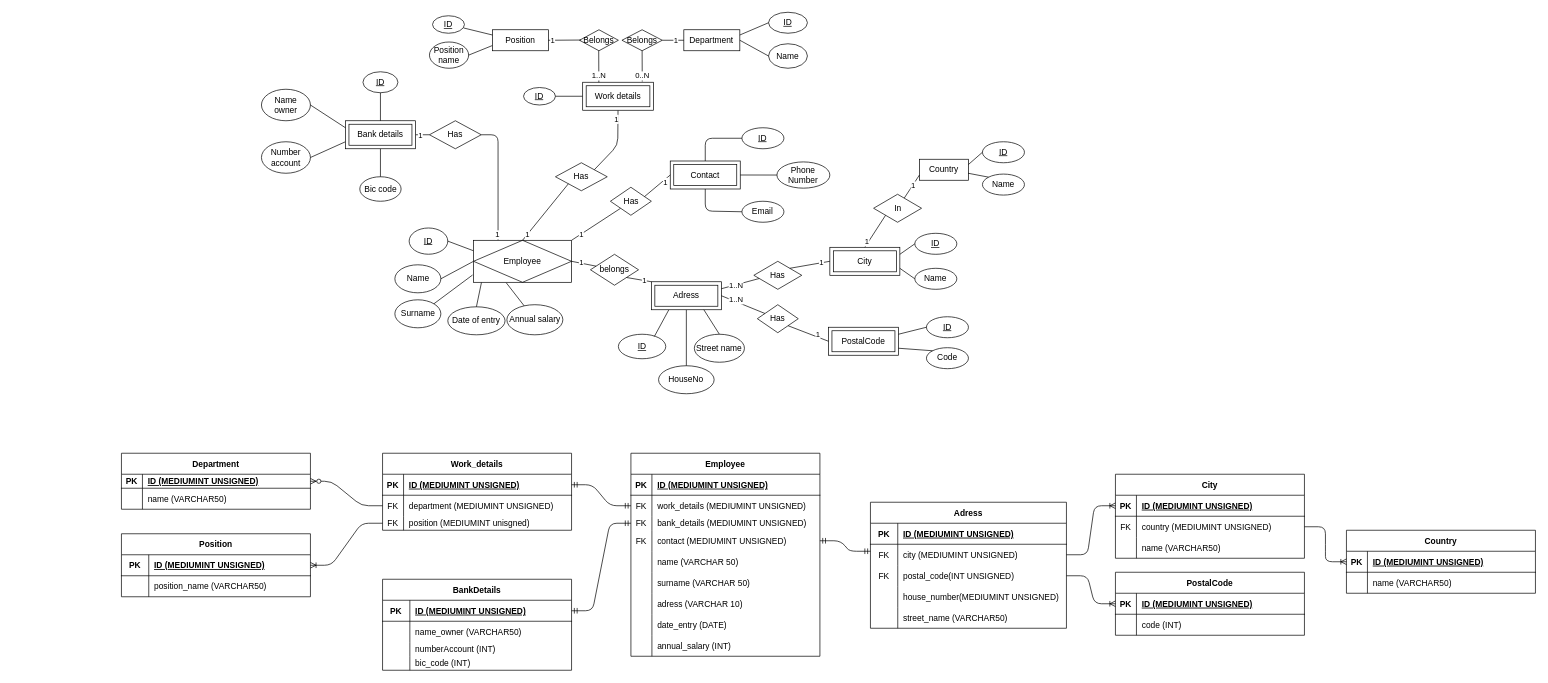
AntoineD74/Database-project keeps this draw.io diagram as Scheme_database.drawio. Above is the earlier version. Source tidied: cells renumbered, new cells numbered last; positions are measured from the earlier drawing's top-left corner, leaving out a move shared by most shapes. Both pictures are drawn from the tidied source at 70%, with x=0, y=0 at pixel (121, 12).
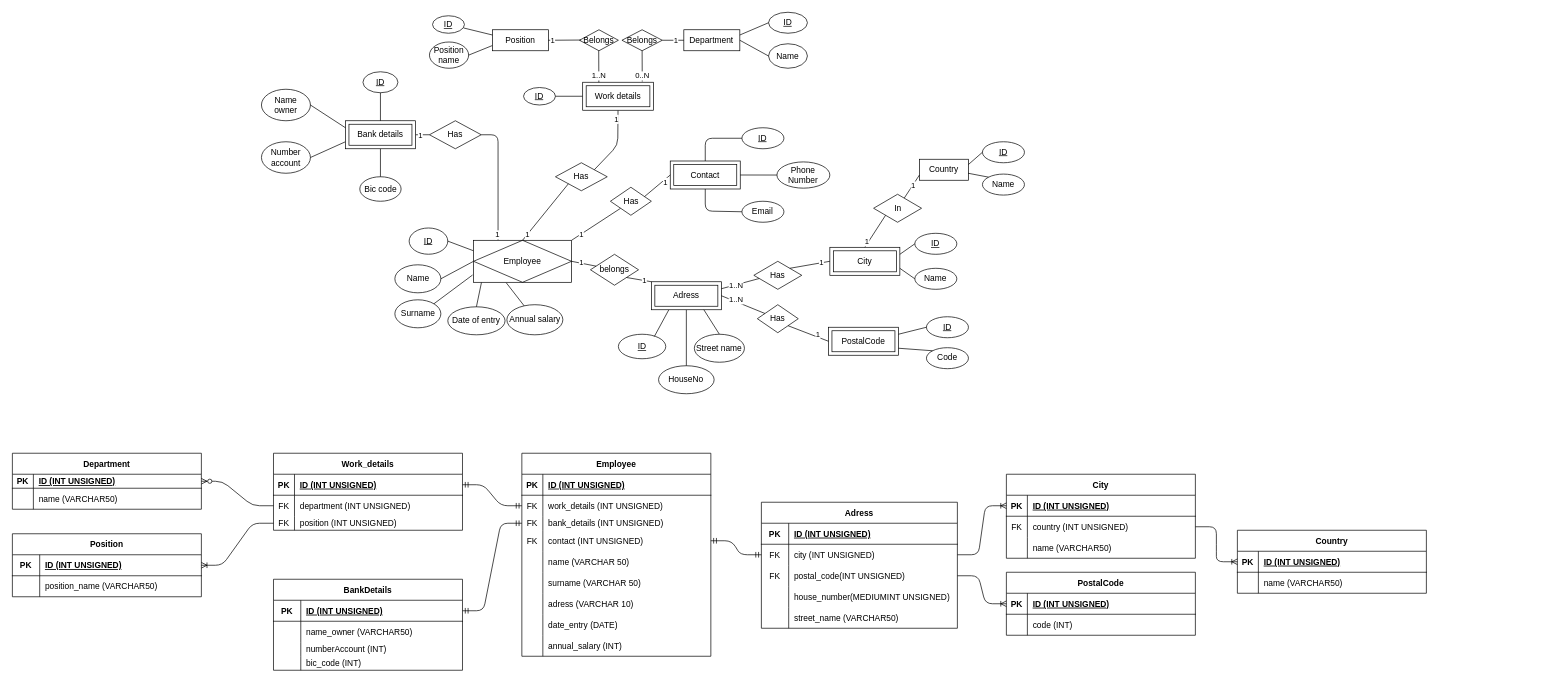
Above is the later version.

The change refers to these unchanged cells:
```xml
<mxCell id="43" style="shape=partialRectangle;fillColor=none;top=0;left=0;bottom=1;right=0;" parent="42" vertex="1">
  <mxGeometry y="30" width="270" height="30" as="geometry" />
</mxCell>
<mxCell id="46" style="shape=partialRectangle;fillColor=none;top=0;left=0;bottom=0;right=0;points=[[0,0.5],[1,0.5]];portConstraint=eastwest;" parent="42" vertex="1">
  <mxGeometry y="60" width="270" height="30" as="geometry" />
</mxCell>
<mxCell id="49" style="shape=partialRectangle;fillColor=none;top=0;left=0;bottom=0;right=0;points=[[0,0.5],[1,0.5]];portConstraint=eastwest;" parent="42" vertex="1">
  <mxGeometry y="90" width="270" height="20" as="geometry" />
</mxCell>
<mxCell id="52" style="shape=partialRectangle;fillColor=none;top=0;left=0;bottom=0;right=0;points=[[0,0.5],[1,0.5]];portConstraint=eastwest;" parent="42" vertex="1">
  <mxGeometry y="110" width="270" height="30" as="geometry" />
</mxCell>
<mxCell id="71" style="shape=partialRectangle;fillColor=none;top=0;left=0;bottom=1;right=0;points=[[0,0.5],[1,0.5]];portConstraint=eastwest;" parent="70" vertex="1">
  <mxGeometry y="30" width="270" height="30" as="geometry" />
</mxCell>
<mxCell id="74" style="shape=partialRectangle;fillColor=none;top=0;left=0;bottom=0;right=0;points=[[0,0.5],[1,0.5]];portConstraint=eastwest;" parent="70" vertex="1">
  <mxGeometry y="60" width="270" height="30" as="geometry" />
</mxCell>
<mxCell id="81" style="shape=partialRectangle;fillColor=none;top=0;left=0;bottom=1;right=0;points=[[0,0.5],[1,0.5]];portConstraint=eastwest;" parent="80" vertex="1">
  <mxGeometry y="30" width="270" height="30" as="geometry" />
</mxCell>
<mxCell id="88" style="shape=partialRectangle;fillColor=none;top=0;left=0;bottom=1;right=0;points=[[0,0.5],[1,0.5]];portConstraint=eastwest;" parent="87" vertex="1">
  <mxGeometry y="30" width="270" height="30" as="geometry" />
</mxCell>
<mxCell id="91" style="shape=partialRectangle;fillColor=none;top=0;left=0;bottom=0;right=0;points=[[0,0.5],[1,0.5]];portConstraint=eastwest;" parent="87" vertex="1">
  <mxGeometry y="60" width="270" height="30" as="geometry" />
</mxCell>
<mxCell id="94" style="shape=partialRectangle;fillColor=none;top=0;left=0;bottom=0;right=0;points=[[0,0.5],[1,0.5]];portConstraint=eastwest;" parent="87" vertex="1">
  <mxGeometry y="90" width="270" height="20" as="geometry" />
</mxCell>
<mxCell id="98" style="shape=partialRectangle;fillColor=none;top=0;left=0;bottom=1;right=0;points=[[0,0.5],[1,0.5]];portConstraint=eastwest;" parent="97" vertex="1">
  <mxGeometry y="30" width="270" height="20" as="geometry" />
</mxCell>
<mxCell id="105" style="shape=partialRectangle;fillColor=none;top=0;left=0;bottom=1;right=0;points=[[0,0.5],[1,0.5]];portConstraint=eastwest;" parent="104" vertex="1">
  <mxGeometry y="30" width="270" height="30" as="geometry" />
</mxCell>
<mxCell id="191" style="shape=partialRectangle;fillColor=none;top=0;left=0;bottom=1;right=0;points=[[0,0.5],[1,0.5]];portConstraint=eastwest;" parent="190" vertex="1">
  <mxGeometry y="30" width="270" height="30" as="geometry" />
</mxCell>
<mxCell id="199" style="shape=partialRectangle;fillColor=none;top=0;left=0;bottom=1;right=0;points=[[0,0.5],[1,0.5]];portConstraint=eastwest;" parent="198" vertex="1">
  <mxGeometry y="30" width="270" height="30" as="geometry" />
</mxCell>
<mxCell id="208" style="shape=partialRectangle;fillColor=none;top=0;left=0;bottom=1;right=0;" parent="207" vertex="1">
  <mxGeometry y="30" width="280" height="30" as="geometry" />
</mxCell>
<mxCell id="211" style="shape=partialRectangle;fillColor=none;top=0;left=0;bottom=0;right=0;points=[[0,0.5],[1,0.5]];portConstraint=eastwest;" parent="207" vertex="1">
  <mxGeometry y="60" width="280" height="30" as="geometry" />
</mxCell>
```

What changed in the source:
```diff
@@
     <mxCell id="42" value="Employee" style="shape=table;startSize=30;childLayout=tableLayout;rowLines=0;fontStyle=1;align=center;" parent="1" vertex="1">
-      <mxGeometry x="727.8" y="630" width="270" height="290" as="geometry" />
+      <mxGeometry x="572" y="630" width="270" height="290" as="geometry" />
     </mxCell>
@@
-    <mxCell id="45" value="ID (MEDIUMINT UNSIGNED)" style="shape=partialRectangle;fillColor=none;top=0;left=0;bottom=0;right=0;align=left;spacingLeft=6;fontStyle=5;overflow=hidden;" parent="43" vertex="1">
+    <mxCell id="45" value="ID (INT UNSIGNED)" style="shape=partialRectangle;fillColor=none;top=0;left=0;bottom=0;right=0;align=left;spacingLeft=6;fontStyle=5;overflow=hidden;" parent="43" vertex="1">
       <mxGeometry x="30" width="240" height="30" as="geometry" />
     </mxCell>
@@
-    <mxCell id="48" value="work_details (MEDIUMINT UNSIGNED)" style="shape=partialRectangle;fillColor=none;top=0;left=0;bottom=0;right=0;align=left;spacingLeft=6;overflow=hidden;" parent="46" vertex="1">
+    <mxCell id="48" value="work_details (INT UNSIGNED)" style="shape=partialRectangle;fillColor=none;top=0;left=0;bottom=0;right=0;align=left;spacingLeft=6;overflow=hidden;" parent="46" vertex="1">
       <mxGeometry x="30" width="240" height="30" as="geometry" />
     </mxCell>
@@
-    <mxCell id="51" value="bank_details (MEDIUMINT UNSIGNED)" style="shape=partialRectangle;fillColor=none;top=0;left=0;bottom=0;right=0;align=left;spacingLeft=6;overflow=hidden;" parent="49" vertex="1">
+    <mxCell id="51" value="bank_details (INT UNSIGNED)" style="shape=partialRectangle;fillColor=none;top=0;left=0;bottom=0;right=0;align=left;spacingLeft=6;overflow=hidden;" parent="49" vertex="1">
       <mxGeometry x="30" width="240" height="20" as="geometry" />
     </mxCell>
@@
-    <mxCell id="54" value="contact (MEDIUMINT UNSIGNED)" style="shape=partialRectangle;fillColor=none;top=0;left=0;bottom=0;right=0;align=left;spacingLeft=6;overflow=hidden;" parent="52" vertex="1">
+    <mxCell id="54" value="contact (INT UNSIGNED)" style="shape=partialRectangle;fillColor=none;top=0;left=0;bottom=0;right=0;align=left;spacingLeft=6;overflow=hidden;" parent="52" vertex="1">
       <mxGeometry x="30" width="240" height="30" as="geometry" />
     </mxCell>
@@
     <mxCell id="70" value="City" style="shape=table;startSize=30;childLayout=tableLayout;rowLines=0;fontStyle=1;align=center;" parent="1" vertex="1">
-      <mxGeometry x="1420" y="660" width="270" height="120" as="geometry" />
+      <mxGeometry x="1264.2" y="660" width="270" height="120" as="geometry" />
     </mxCell>
@@
-    <mxCell id="73" value="ID (MEDIUMINT UNSIGNED)" style="shape=partialRectangle;fillColor=none;top=0;left=0;bottom=0;right=0;align=left;spacingLeft=6;fontStyle=5;overflow=hidden;" parent="71" vertex="1">
+    <mxCell id="73" value="ID (INT UNSIGNED)" style="shape=partialRectangle;fillColor=none;top=0;left=0;bottom=0;right=0;align=left;spacingLeft=6;fontStyle=5;overflow=hidden;" parent="71" vertex="1">
       <mxGeometry x="30" width="240" height="30" as="geometry" />
     </mxCell>
@@
-    <mxCell id="76" value="country (MEDIUMINT UNSIGNED)" style="shape=partialRectangle;fillColor=none;top=0;left=0;bottom=0;right=0;align=left;spacingLeft=6;overflow=hidden;" parent="74" vertex="1">
+    <mxCell id="76" value="country (INT UNSIGNED)" style="shape=partialRectangle;fillColor=none;top=0;left=0;bottom=0;right=0;align=left;spacingLeft=6;overflow=hidden;" parent="74" vertex="1">
       <mxGeometry x="30" width="240" height="30" as="geometry" />
     </mxCell>
@@
     <mxCell id="80" value="PostalCode" style="shape=table;startSize=30;childLayout=tableLayout;rowLines=0;fontStyle=1;align=center;" parent="1" vertex="1">
-      <mxGeometry x="1420" y="800" width="270" height="90" as="geometry" />
+      <mxGeometry x="1264.2" y="800" width="270" height="90" as="geometry" />
     </mxCell>
@@
-    <mxCell id="83" value="ID (MEDIUMINT UNSIGNED)" style="shape=partialRectangle;fillColor=none;top=0;left=0;bottom=0;right=0;align=left;spacingLeft=6;fontStyle=5;overflow=hidden;" parent="81" vertex="1">
+    <mxCell id="83" value="ID (INT UNSIGNED)" style="shape=partialRectangle;fillColor=none;top=0;left=0;bottom=0;right=0;align=left;spacingLeft=6;fontStyle=5;overflow=hidden;" parent="81" vertex="1">
       <mxGeometry x="30" width="240" height="30" as="geometry" />
     </mxCell>
@@
     <mxCell id="87" value="Work_details" style="shape=table;startSize=30;childLayout=tableLayout;rowLines=0;fontStyle=1;align=center;" parent="1" vertex="1">
-      <mxGeometry x="373" y="630" width="270" height="110" as="geometry" />
+      <mxGeometry x="217.2" y="630" width="270" height="110" as="geometry" />
     </mxCell>
@@
-    <mxCell id="90" value="ID (MEDIUMINT UNSIGNED)" style="shape=partialRectangle;fillColor=none;top=0;left=0;bottom=0;right=0;align=left;spacingLeft=6;fontStyle=5;overflow=hidden;" parent="88" vertex="1">
+    <mxCell id="90" value="ID (INT UNSIGNED)" style="shape=partialRectangle;fillColor=none;top=0;left=0;bottom=0;right=0;align=left;spacingLeft=6;fontStyle=5;overflow=hidden;" parent="88" vertex="1">
       <mxGeometry x="30" width="240" height="30" as="geometry" />
     </mxCell>
@@
-    <mxCell id="93" value="department (MEDIUMINT UNSIGNED)" style="shape=partialRectangle;fillColor=none;top=0;left=0;bottom=0;right=0;align=left;spacingLeft=6;overflow=hidden;" parent="91" vertex="1">
+    <mxCell id="93" value="department (INT UNSIGNED)" style="shape=partialRectangle;fillColor=none;top=0;left=0;bottom=0;right=0;align=left;spacingLeft=6;overflow=hidden;" parent="91" vertex="1">
       <mxGeometry x="30" width="240" height="30" as="geometry" />
     </mxCell>
@@
-    <mxCell id="96" value="position (MEDIUMINT unisgned)" style="shape=partialRectangle;fillColor=none;top=0;left=0;bottom=0;right=0;align=left;spacingLeft=6;overflow=hidden;" parent="94" vertex="1">
+    <mxCell id="96" value="position (INT UNSIGNED)" style="shape=partialRectangle;fillColor=none;top=0;left=0;bottom=0;right=0;align=left;spacingLeft=6;overflow=hidden;" parent="94" vertex="1">
       <mxGeometry x="30" width="240" height="20" as="geometry" />
     </mxCell>
     <mxCell id="97" value="Department" style="shape=table;startSize=30;childLayout=tableLayout;rowLines=0;fontStyle=1;align=center;" parent="1" vertex="1">
-      <mxGeometry y="630" width="270" height="80" as="geometry" />
+      <mxGeometry x="-155.8" y="630" width="270" height="80" as="geometry" />
     </mxCell>
@@
-    <mxCell id="100" value="ID (MEDIUMINT UNSIGNED)" style="shape=partialRectangle;fillColor=none;top=0;left=0;bottom=0;right=0;align=left;spacingLeft=6;fontStyle=5;overflow=hidden;" parent="98" vertex="1">
+    <mxCell id="100" value="ID (INT UNSIGNED)" style="shape=partialRectangle;fillColor=none;top=0;left=0;bottom=0;right=0;align=left;spacingLeft=6;fontStyle=5;overflow=hidden;" parent="98" vertex="1">
       <mxGeometry x="30" width="240" height="20" as="geometry" />
     </mxCell>
@@
     <mxCell id="104" value="BankDetails" style="shape=table;startSize=30;childLayout=tableLayout;rowLines=0;fontStyle=1;align=center;" parent="1" vertex="1">
-      <mxGeometry x="373" y="810" width="270" height="130" as="geometry" />
+      <mxGeometry x="217.2" y="810" width="270" height="130" as="geometry" />
     </mxCell>
@@
-    <mxCell id="107" value="ID (MEDIUMINT UNSIGNED)" style="shape=partialRectangle;fillColor=none;top=0;left=0;bottom=0;right=0;align=left;spacingLeft=6;fontStyle=5;overflow=hidden;" parent="105" vertex="1">
+    <mxCell id="107" value="ID (INT UNSIGNED)" style="shape=partialRectangle;fillColor=none;top=0;left=0;bottom=0;right=0;align=left;spacingLeft=6;fontStyle=5;overflow=hidden;" parent="105" vertex="1">
       <mxGeometry x="39" width="231" height="30" as="geometry" />
     </mxCell>
@@
-    <mxCell id="118" style="edgeStyle=entityRelationEdgeStyle;fontSize=12;html=1;endArrow=ERmandOne;startArrow=ERmandOne;exitX=1;exitY=0.5;exitDx=0;exitDy=0;" parent="1" edge="1" source="52">
-      <mxGeometry relative="1" as="geometry">
-        <mxPoint x="1070" y="770" as="targetPoint" />
-      </mxGeometry>
+    <mxCell id="118" style="edgeStyle=entityRelationEdgeStyle;fontSize=12;html=1;endArrow=ERmandOne;startArrow=ERmandOne;exitX=1;exitY=0.5;exitDx=0;exitDy=0;entryX=0;entryY=0.5;entryDx=0;entryDy=0;" parent="1" edge="1" source="52" target="211">
+      <mxGeometry relative="1" as="geometry" />
     </mxCell>
@@
     <mxCell id="190" value="Position" style="shape=table;startSize=30;childLayout=tableLayout;rowLines=0;fontStyle=1;align=center;" parent="1" vertex="1">
-      <mxGeometry y="745" width="270" height="90" as="geometry" />
+      <mxGeometry x="-155.8" y="745" width="270" height="90" as="geometry" />
     </mxCell>
@@
-    <mxCell id="193" value="ID (MEDIUMINT UNSIGNED)" style="shape=partialRectangle;fillColor=none;top=0;left=0;bottom=0;right=0;align=left;spacingLeft=6;fontStyle=5;overflow=hidden;" parent="191" vertex="1">
+    <mxCell id="193" value="ID (INT UNSIGNED)" style="shape=partialRectangle;fillColor=none;top=0;left=0;bottom=0;right=0;align=left;spacingLeft=6;fontStyle=5;overflow=hidden;" parent="191" vertex="1">
       <mxGeometry x="39" width="231" height="30" as="geometry" />
     </mxCell>
@@
     <mxCell id="198" value="Country" style="shape=table;startSize=30;childLayout=tableLayout;rowLines=0;fontStyle=1;align=center;" parent="1" vertex="1">
-      <mxGeometry x="1750" y="740" width="270" height="90" as="geometry" />
+      <mxGeometry x="1594.2" y="740" width="270" height="90" as="geometry" />
     </mxCell>
@@
-    <mxCell id="201" value="ID (MEDIUMINT UNSIGNED)" style="shape=partialRectangle;fillColor=none;top=0;left=0;bottom=0;right=0;align=left;spacingLeft=6;fontStyle=5;overflow=hidden;" parent="199" vertex="1">
+    <mxCell id="201" value="ID (INT UNSIGNED)" style="shape=partialRectangle;fillColor=none;top=0;left=0;bottom=0;right=0;align=left;spacingLeft=6;fontStyle=5;overflow=hidden;" parent="199" vertex="1">
       <mxGeometry x="30" width="240" height="30" as="geometry" />
     </mxCell>
@@
     <mxCell id="207" value="Adress" style="shape=table;startSize=30;childLayout=tableLayout;rowLines=0;fontStyle=1;align=center;" parent="1" vertex="1">
-      <mxGeometry x="1070" y="700" width="280" height="180" as="geometry" />
+      <mxGeometry x="914.2" y="700" width="280" height="180" as="geometry" />
     </mxCell>
@@
-    <mxCell id="210" value="ID (MEDIUMINT UNSIGNED)" style="shape=partialRectangle;fillColor=none;top=0;left=0;bottom=0;right=0;align=left;spacingLeft=6;fontStyle=5;overflow=hidden;" parent="208" vertex="1">
+    <mxCell id="210" value="ID (INT UNSIGNED)" style="shape=partialRectangle;fillColor=none;top=0;left=0;bottom=0;right=0;align=left;spacingLeft=6;fontStyle=5;overflow=hidden;" parent="208" vertex="1">
       <mxGeometry x="39" width="241" height="30" as="geometry" />
     </mxCell>
@@
-    <mxCell id="213" value="city (MEDIUMINT UNSIGNED)" style="shape=partialRectangle;fillColor=none;top=0;left=0;bottom=0;right=0;align=left;spacingLeft=6;overflow=hidden;" parent="211" vertex="1">
+    <mxCell id="213" value="city (INT UNSIGNED)" style="shape=partialRectangle;fillColor=none;top=0;left=0;bottom=0;right=0;align=left;spacingLeft=6;overflow=hidden;" parent="211" vertex="1">
       <mxGeometry x="39" width="241" height="30" as="geometry" />
     </mxCell>
```
